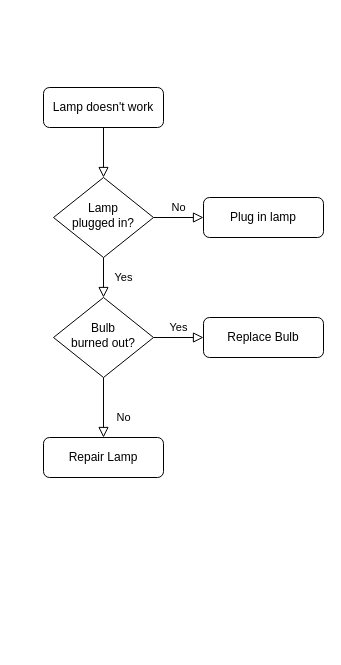
Earlier version of the draw.io diagram Flowchart FInal Project.drawio (alifatur323/intern-bootcamp-bri). Source tidied: cells renumbered, new cells numbered last; positions are measured from the earlier drawing's top-left corner, leaving out a move shared by most shapes. Both pictures are drawn from the tidied source at 100%, with x=0, y=0 at pixel (43, 87).
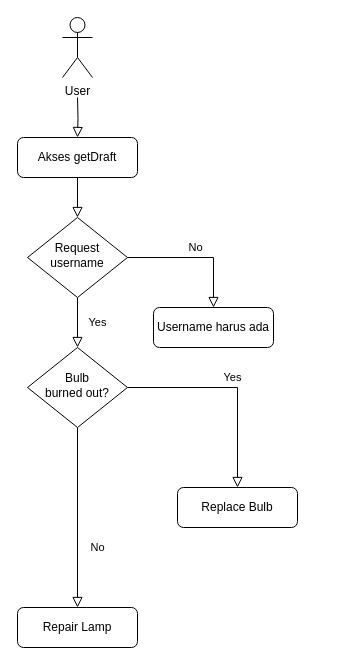
The same page after the edit.

Change to the diagram source:
```diff
@@
 <mxGraphModel>
   <root>
     <mxCell id="0" />
     <mxCell id="1" parent="0" />
     <mxCell id="2" style="rounded=0;html=1;jettySize=auto;fontSize=11;endArrow=block;endFill=0;endSize=8;strokeWidth=1;shadow=0;labelBackgroundColor=none;edgeStyle=orthogonalEdgeStyle;" parent="1" edge="1" source="3" target="6">
       <mxGeometry relative="1" as="geometry" />
     </mxCell>
-    <mxCell id="3" value="Lamp doesn't work" style="rounded=1;whiteSpace=wrap;html=1;fontSize=12;glass=0;strokeWidth=1;shadow=0;" parent="1" vertex="1">
-      <mxGeometry width="120" height="40" as="geometry" />
+    <mxCell id="3" value="Akses getDraft" style="rounded=1;whiteSpace=wrap;html=1;fontSize=12;glass=0;strokeWidth=1;shadow=0;" parent="1" vertex="1">
+      <mxGeometry x="-26" y="50" width="120" height="40" as="geometry" />
     </mxCell>
     <mxCell id="4" value="Yes" style="rounded=0;html=1;jettySize=auto;fontSize=11;endArrow=block;endFill=0;endSize=8;strokeWidth=1;shadow=0;labelBackgroundColor=none;edgeStyle=orthogonalEdgeStyle;" parent="1" edge="1" source="6" target="10">
       <mxGeometry y="20" relative="1" as="geometry" />
     </mxCell>
     <mxCell id="5" value="No" style="edgeStyle=orthogonalEdgeStyle;rounded=0;html=1;jettySize=auto;fontSize=11;endArrow=block;endFill=0;endSize=8;strokeWidth=1;shadow=0;labelBackgroundColor=none;" parent="1" edge="1" source="6" target="7">
       <mxGeometry y="10" relative="1" as="geometry" />
     </mxCell>
-    <mxCell id="6" value="Lamp&lt;br&gt;plugged in?" style="rhombus;whiteSpace=wrap;html=1;shadow=0;fontFamily=Helvetica;fontSize=12;align=center;strokeWidth=1;spacing=6;spacingTop=-4;" parent="1" vertex="1">
-      <mxGeometry x="10" y="90" width="100" height="80" as="geometry" />
+    <mxCell id="6" value="Request username" style="rhombus;whiteSpace=wrap;html=1;shadow=0;fontFamily=Helvetica;fontSize=12;align=center;strokeWidth=1;spacing=6;spacingTop=-4;" parent="1" vertex="1">
+      <mxGeometry x="-16" y="130" width="100" height="80" as="geometry" />
     </mxCell>
-    <mxCell id="7" value="Plug in lamp" style="rounded=1;whiteSpace=wrap;html=1;fontSize=12;glass=0;strokeWidth=1;shadow=0;" parent="1" vertex="1">
-      <mxGeometry x="160" y="110" width="120" height="40" as="geometry" />
+    <mxCell id="7" value="Username harus ada" style="rounded=1;whiteSpace=wrap;html=1;fontSize=12;glass=0;strokeWidth=1;shadow=0;" parent="1" vertex="1">
+      <mxGeometry x="110" y="220" width="120" height="40" as="geometry" />
     </mxCell>
     <mxCell id="8" value="No" style="rounded=0;html=1;jettySize=auto;fontSize=11;endArrow=block;endFill=0;endSize=8;strokeWidth=1;shadow=0;labelBackgroundColor=none;edgeStyle=orthogonalEdgeStyle;" parent="1" edge="1" source="10" target="11">
       <mxGeometry x="0.33" y="20" relative="1" as="geometry" />
     </mxCell>
     <mxCell id="9" value="Yes" style="edgeStyle=orthogonalEdgeStyle;rounded=0;html=1;jettySize=auto;fontSize=11;endArrow=block;endFill=0;endSize=8;strokeWidth=1;shadow=0;labelBackgroundColor=none;" parent="1" edge="1" source="10" target="12">
       <mxGeometry y="10" relative="1" as="geometry" />
     </mxCell>
     <mxCell id="10" value="Bulb&lt;br&gt;burned out?" style="rhombus;whiteSpace=wrap;html=1;shadow=0;fontFamily=Helvetica;fontSize=12;align=center;strokeWidth=1;spacing=6;spacingTop=-4;" parent="1" vertex="1">
-      <mxGeometry x="10" y="210" width="100" height="80" as="geometry" />
+      <mxGeometry x="-16" y="260" width="100" height="80" as="geometry" />
     </mxCell>
     <mxCell id="11" value="Repair Lamp" style="rounded=1;whiteSpace=wrap;html=1;fontSize=12;glass=0;strokeWidth=1;shadow=0;" parent="1" vertex="1">
-      <mxGeometry y="350" width="120" height="40" as="geometry" />
+      <mxGeometry x="-26" y="520" width="120" height="40" as="geometry" />
     </mxCell>
     <mxCell id="12" value="Replace Bulb" style="rounded=1;whiteSpace=wrap;html=1;fontSize=12;glass=0;strokeWidth=1;shadow=0;" parent="1" vertex="1">
-      <mxGeometry x="160" y="230" width="120" height="40" as="geometry" />
+      <mxGeometry x="134" y="400" width="120" height="40" as="geometry" />
     </mxCell>
+    <mxCell id="13" value="User" style="shape=umlActor;verticalLabelPosition=bottom;verticalAlign=top;html=1;" parent="1" vertex="1">
+      <mxGeometry x="19" y="-70" width="30" height="60" as="geometry" />
+    </mxCell>
+    <mxCell id="14" style="rounded=0;html=1;jettySize=auto;fontSize=11;endArrow=block;endFill=0;endSize=8;strokeWidth=1;shadow=0;labelBackgroundColor=none;edgeStyle=orthogonalEdgeStyle;entryX=0.5;entryY=0;entryDx=0;entryDy=0;" parent="1" edge="1" target="3">
+      <mxGeometry relative="1" as="geometry">
+        <mxPoint x="34" y="10" as="sourcePoint" />
+      </mxGeometry>
+    </mxCell>
   </root>
 </mxGraphModel>
```
